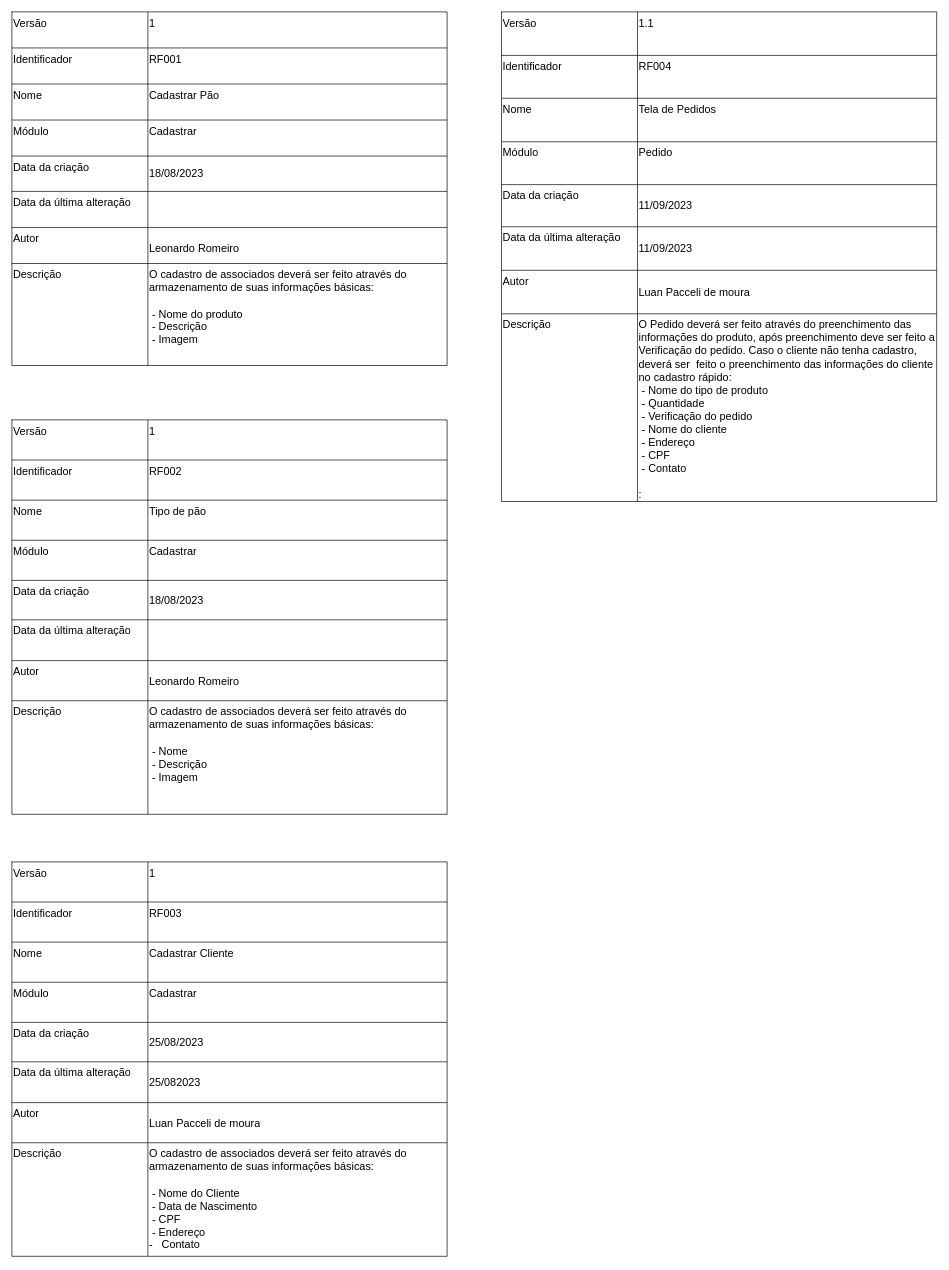
Before: Diagramas/formulario_de_requisitos.drawio in LeozinRomeiro/Modelagem_SENAI_CTM, a draw.io diagram. Source tidied: cells renumbered, new cells numbered last; positions are measured from the earlier drawing's top-left corner, leaving out a move shared by most shapes. Both pictures are drawn from the tidied source at 68%, with x=0, y=0 at pixel (12, 12).
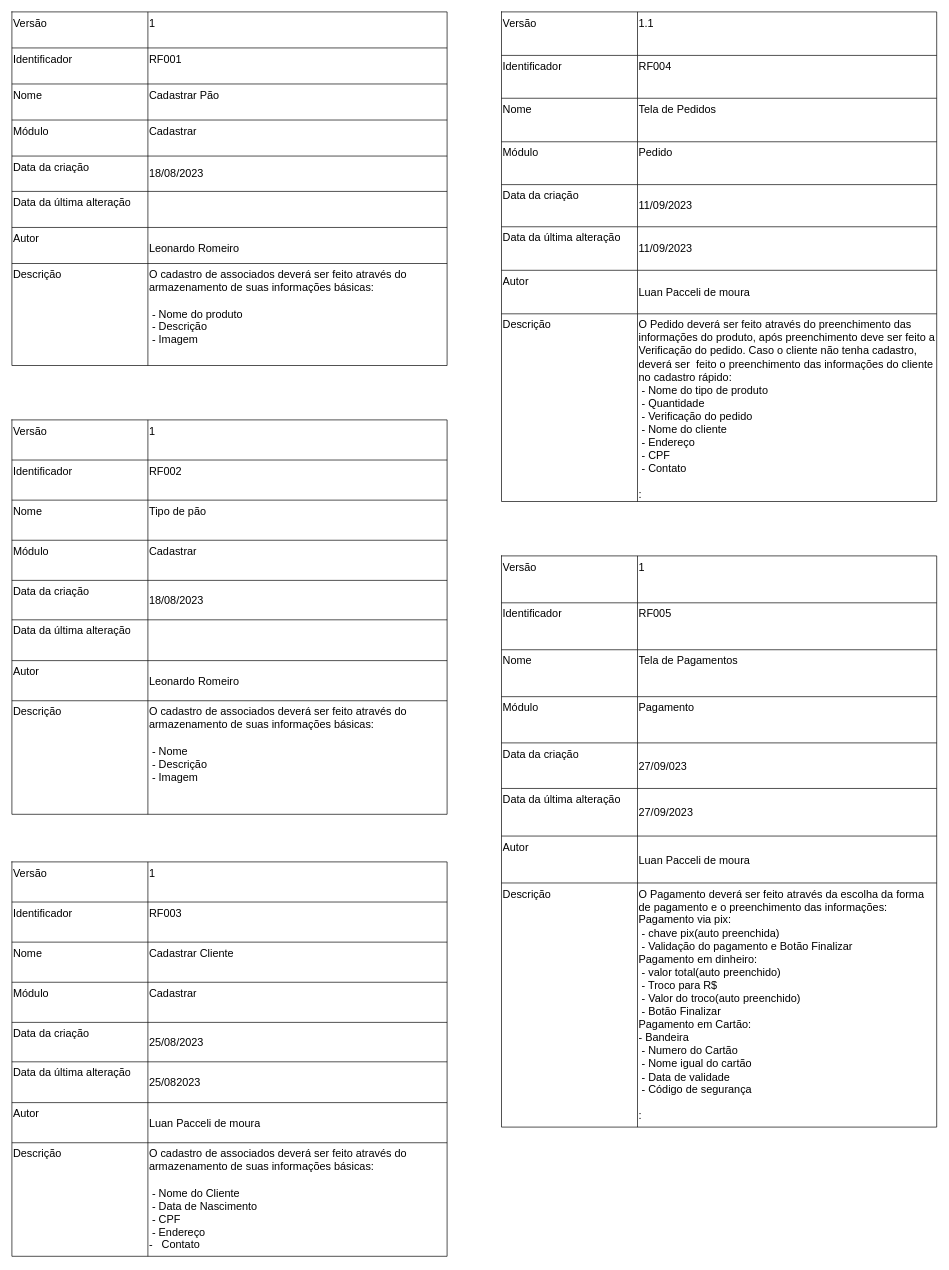
Above is the later version.

The edit, as a diff of the source:
```diff
@@
+    <mxCell id="102" style="shape=table;startSize=0;childLayout=tableLayout;fontSize=16;" parent="1" vertex="1">
+      <mxGeometry x="720" y="800" width="640" height="840" as="geometry" />
+    </mxCell>
+    <mxCell id="103" style="shape=tableRow;horizontal=0;startSize=0;swimlaneHead=0;swimlaneBody=0;strokeColor=inherit;top=0;left=0;bottom=0;right=0;fillColor=none;fontSize=16;" parent="102" vertex="1">
+      <mxGeometry width="640" height="69" as="geometry" />
+    </mxCell>
+    <mxCell id="104" value="Versão" style="shape=partialRectangle;html=1;whiteSpace=wrap;strokeColor=inherit;overflow=hidden;fillColor=none;top=0;left=0;bottom=0;right=0;fontSize=16;align=left;verticalAlign=top;" parent="103" vertex="1">
+      <mxGeometry width="200" height="69" as="geometry" />
+    </mxCell>
+    <mxCell id="105" value="1" style="shape=partialRectangle;html=1;whiteSpace=wrap;strokeColor=inherit;overflow=hidden;fillColor=none;top=0;left=0;bottom=0;right=0;fontSize=16;align=left;verticalAlign=top;" parent="103" vertex="1">
+      <mxGeometry x="200" width="440" height="69" as="geometry" />
+    </mxCell>
+    <mxCell id="106" style="shape=tableRow;horizontal=0;startSize=0;swimlaneHead=0;swimlaneBody=0;strokeColor=inherit;top=0;left=0;bottom=0;right=0;fillColor=none;fontSize=16;" parent="102" vertex="1">
+      <mxGeometry y="69" width="640" height="69" as="geometry" />
+    </mxCell>
+    <mxCell id="107" value="Identificador" style="shape=partialRectangle;html=1;whiteSpace=wrap;strokeColor=inherit;overflow=hidden;fillColor=none;top=0;left=0;bottom=0;right=0;fontSize=16;align=left;verticalAlign=top;" parent="106" vertex="1">
+      <mxGeometry width="200" height="69" as="geometry" />
+    </mxCell>
+    <mxCell id="108" value="RF005" style="shape=partialRectangle;html=1;whiteSpace=wrap;strokeColor=inherit;overflow=hidden;fillColor=none;top=0;left=0;bottom=0;right=0;fontSize=16;align=left;verticalAlign=top;" parent="106" vertex="1">
+      <mxGeometry x="200" width="440" height="69" as="geometry" />
+    </mxCell>
+    <mxCell id="109" style="shape=tableRow;horizontal=0;startSize=0;swimlaneHead=0;swimlaneBody=0;strokeColor=inherit;top=0;left=0;bottom=0;right=0;fillColor=none;fontSize=16;" parent="102" vertex="1">
+      <mxGeometry y="138" width="640" height="69" as="geometry" />
+    </mxCell>
+    <mxCell id="110" value="Nome" style="shape=partialRectangle;html=1;whiteSpace=wrap;strokeColor=inherit;overflow=hidden;fillColor=none;top=0;left=0;bottom=0;right=0;fontSize=16;align=left;verticalAlign=top;" parent="109" vertex="1">
+      <mxGeometry width="200" height="69" as="geometry" />
+    </mxCell>
+    <mxCell id="111" value="Tela de Pagamentos" style="shape=partialRectangle;html=1;whiteSpace=wrap;strokeColor=inherit;overflow=hidden;fillColor=none;top=0;left=0;bottom=0;right=0;fontSize=16;align=left;verticalAlign=top;" parent="109" vertex="1">
+      <mxGeometry x="200" width="440" height="69" as="geometry" />
+    </mxCell>
+    <mxCell id="112" style="shape=tableRow;horizontal=0;startSize=0;swimlaneHead=0;swimlaneBody=0;strokeColor=inherit;top=0;left=0;bottom=0;right=0;fillColor=none;fontSize=16;" parent="102" vertex="1">
+      <mxGeometry y="207" width="640" height="68" as="geometry" />
+    </mxCell>
+    <mxCell id="113" value="Módulo" style="shape=partialRectangle;html=1;whiteSpace=wrap;strokeColor=inherit;overflow=hidden;fillColor=none;top=0;left=0;bottom=0;right=0;fontSize=16;align=left;verticalAlign=top;" parent="112" vertex="1">
+      <mxGeometry width="200" height="68" as="geometry" />
+    </mxCell>
+    <mxCell id="114" value="Pagamento" style="shape=partialRectangle;html=1;whiteSpace=wrap;strokeColor=inherit;overflow=hidden;fillColor=none;top=0;left=0;bottom=0;right=0;fontSize=16;align=left;verticalAlign=top;" parent="112" vertex="1">
+      <mxGeometry x="200" width="440" height="68" as="geometry" />
+    </mxCell>
+    <mxCell id="115" style="shape=tableRow;horizontal=0;startSize=0;swimlaneHead=0;swimlaneBody=0;strokeColor=inherit;top=0;left=0;bottom=0;right=0;fillColor=none;fontSize=16;" parent="102" vertex="1">
+      <mxGeometry y="275" width="640" height="67" as="geometry" />
+    </mxCell>
+    <mxCell id="116" value="Data da criação" style="shape=partialRectangle;html=1;whiteSpace=wrap;strokeColor=inherit;overflow=hidden;fillColor=none;top=0;left=0;bottom=0;right=0;fontSize=16;align=left;verticalAlign=top;" parent="115" vertex="1">
+      <mxGeometry width="200" height="67" as="geometry" />
+    </mxCell>
+    <mxCell id="117" value="27/09/023" style="shape=partialRectangle;html=1;whiteSpace=wrap;strokeColor=inherit;overflow=hidden;fillColor=none;top=0;left=0;bottom=0;right=0;fontSize=16;align=left;" parent="115" vertex="1">
+      <mxGeometry x="200" width="440" height="67" as="geometry" />
+    </mxCell>
+    <mxCell id="118" style="shape=tableRow;horizontal=0;startSize=0;swimlaneHead=0;swimlaneBody=0;strokeColor=inherit;top=0;left=0;bottom=0;right=0;fillColor=none;fontSize=16;" parent="102" vertex="1">
+      <mxGeometry y="342" width="640" height="70" as="geometry" />
+    </mxCell>
+    <mxCell id="119" value="Data da última alteração" style="shape=partialRectangle;html=1;whiteSpace=wrap;strokeColor=inherit;overflow=hidden;fillColor=none;top=0;left=0;bottom=0;right=0;fontSize=16;align=left;verticalAlign=top;" parent="118" vertex="1">
+      <mxGeometry width="200" height="70" as="geometry" />
+    </mxCell>
+    <mxCell id="120" value="27/09/2023" style="shape=partialRectangle;html=1;whiteSpace=wrap;strokeColor=inherit;overflow=hidden;fillColor=none;top=0;left=0;bottom=0;right=0;fontSize=16;align=left;" parent="118" vertex="1">
+      <mxGeometry x="200" width="440" height="70" as="geometry" />
+    </mxCell>
+    <mxCell id="121" style="shape=tableRow;horizontal=0;startSize=0;swimlaneHead=0;swimlaneBody=0;strokeColor=inherit;top=0;left=0;bottom=0;right=0;fillColor=none;fontSize=16;" parent="102" vertex="1">
+      <mxGeometry y="412" width="640" height="69" as="geometry" />
+    </mxCell>
+    <mxCell id="122" value="Autor&amp;nbsp;" style="shape=partialRectangle;html=1;whiteSpace=wrap;strokeColor=inherit;overflow=hidden;fillColor=none;top=0;left=0;bottom=0;right=0;fontSize=16;align=left;verticalAlign=top;" parent="121" vertex="1">
+      <mxGeometry width="200" height="69" as="geometry" />
+    </mxCell>
+    <mxCell id="123" value="Luan Pacceli de moura" style="shape=partialRectangle;html=1;whiteSpace=wrap;strokeColor=inherit;overflow=hidden;fillColor=none;top=0;left=0;bottom=0;right=0;fontSize=16;align=left;" parent="121" vertex="1">
+      <mxGeometry x="200" width="440" height="69" as="geometry" />
+    </mxCell>
+    <mxCell id="124" style="shape=tableRow;horizontal=0;startSize=0;swimlaneHead=0;swimlaneBody=0;strokeColor=inherit;top=0;left=0;bottom=0;right=0;fillColor=none;fontSize=16;" parent="102" vertex="1">
+      <mxGeometry y="481" width="640" height="359" as="geometry" />
+    </mxCell>
+    <mxCell id="125" value="Descrição" style="shape=partialRectangle;html=1;whiteSpace=wrap;strokeColor=inherit;overflow=hidden;fillColor=none;top=0;left=0;bottom=0;right=0;fontSize=16;align=left;verticalAlign=top;" parent="124" vertex="1">
+      <mxGeometry width="200" height="359" as="geometry" />
+    </mxCell>
+    <mxCell id="126" value="O Pagamento deverá ser feito através da escolha da forma de pagamento e o preenchimento das informações:&amp;nbsp;&lt;br&gt;Pagamento via pix:&lt;br&gt;&amp;nbsp;- chave pix(auto preenchida)&lt;br&gt;&amp;nbsp;- Validação do pagamento e Botão Finalizar&lt;br&gt;Pagamento em dinheiro:&lt;br&gt;&amp;nbsp;- valor total(auto preenchido)&lt;br&gt;&amp;nbsp;- Troco para R$&lt;br&gt;&amp;nbsp;- Valor do troco(auto preenchido)&lt;br&gt;&amp;nbsp;- Botão Finalizar&lt;br&gt;Pagamento em Cartão:&lt;br&gt;- Bandeira&lt;br style=&quot;border-color: var(--border-color);&quot;&gt;&amp;nbsp;- Numero do Cartão&amp;nbsp;&lt;br style=&quot;border-color: var(--border-color);&quot;&gt;&amp;nbsp;- Nome igual do cartão&lt;br style=&quot;border-color: var(--border-color);&quot;&gt;&amp;nbsp;- Data de validade&lt;br&gt;&amp;nbsp;- Código de segurança&amp;nbsp;&lt;br&gt;&amp;nbsp;&lt;br&gt;:" style="shape=partialRectangle;html=1;whiteSpace=wrap;strokeColor=inherit;overflow=hidden;fillColor=none;top=0;left=0;bottom=0;right=0;fontSize=16;align=left;verticalAlign=top;" parent="124" vertex="1">
+      <mxGeometry x="200" width="440" height="359" as="geometry" />
+    </mxCell>
```
